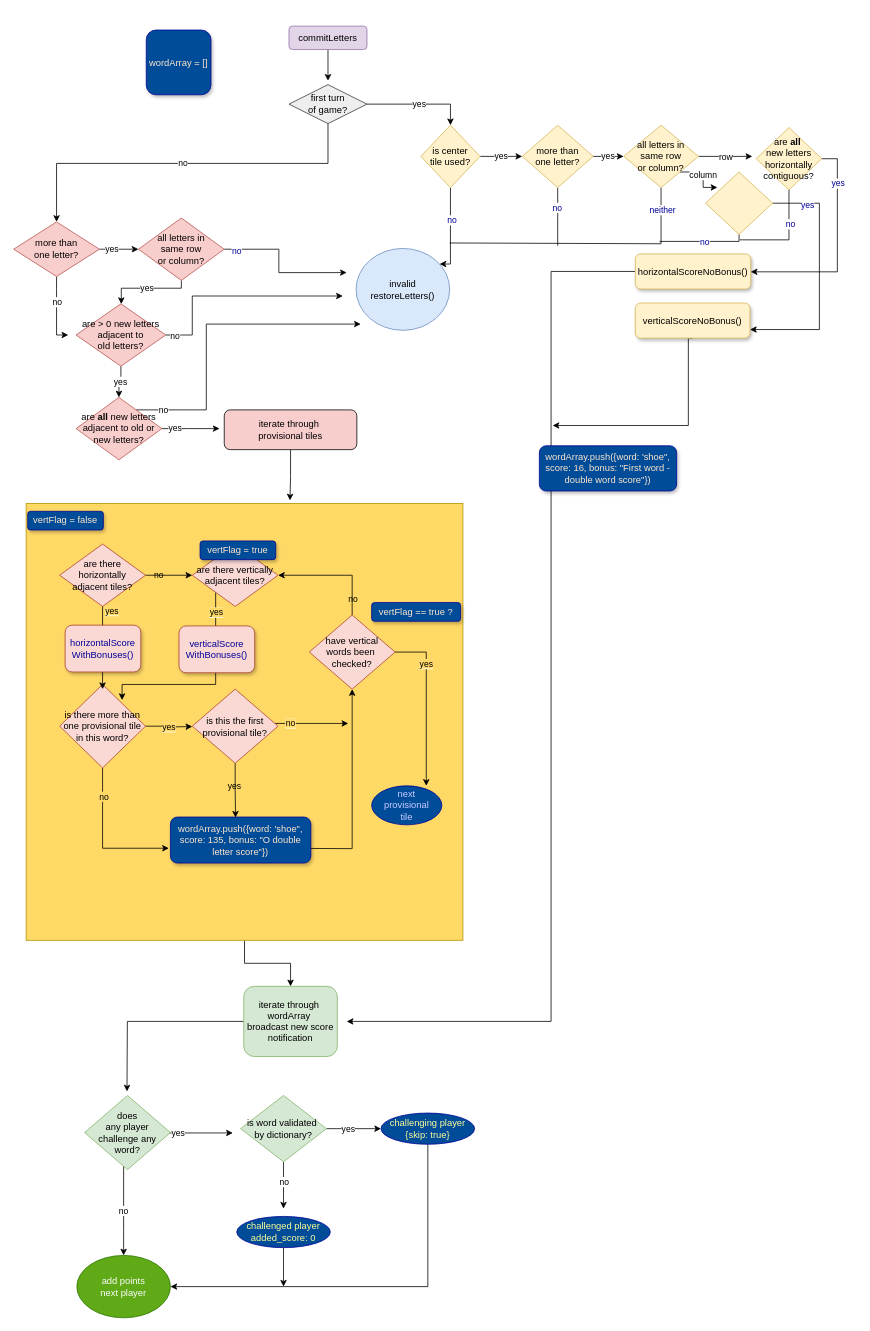
This is scrooble_scoring.drawio from davebenjoya/scrooble, a draw.io file, before an edit. Source tidied: cells renumbered, new cells numbered last; positions are measured from the earlier drawing's top-left corner, leaving out a move shared by most shapes. Both pictures are drawn from the tidied source at 78%, with x=0, y=0 at pixel (13, 26).
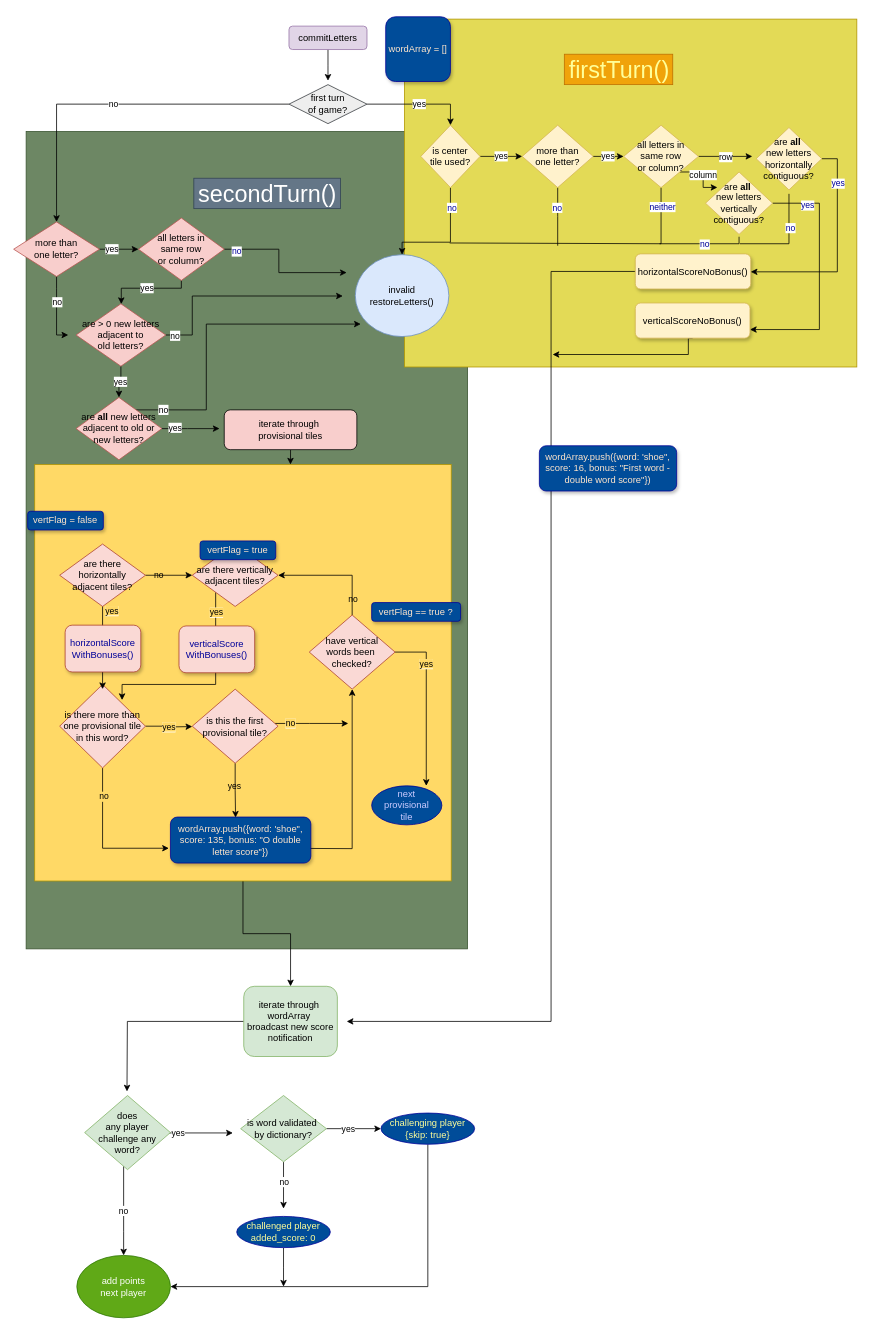
The same page after the edit.

Unchanged cells that the change refers to:
```xml
<mxCell id="7" value="more than &lt;br&gt;one letter?" style="rhombus;whiteSpace=wrap;html=1;fillColor=#f8cecc;strokeColor=#b85450;" parent="1" vertex="1">
  <mxGeometry y="251" width="110" height="70" as="geometry" />
</mxCell>
<mxCell id="20" value="first turn&lt;br&gt;of game?" style="rhombus;whiteSpace=wrap;html=1;fillColor=#eeeeee;strokeColor=#36393d;" parent="1" vertex="1">
  <mxGeometry x="353" y="75" width="100" height="50" as="geometry" />
</mxCell>
<mxCell id="24" value="is center &lt;br&gt;tile used?" style="rhombus;whiteSpace=wrap;html=1;fillColor=#fff2cc;strokeColor=#d6b656;" parent="1" vertex="1">
  <mxGeometry x="522" y="127" width="76" height="80" as="geometry" />
</mxCell>
<mxCell id="31" style="edgeStyle=orthogonalEdgeStyle;rounded=0;jettySize=auto;html=1;endArrow=none;endFill=0;fillColor=#00FFFF;gradientColor=#9933FF;fontColor=#000099;" parent="1" edge="1" source="33">
  <mxGeometry relative="1" as="geometry">
    <mxPoint x="559" y="278" as="targetPoint" />
    <Array as="points">
      <mxPoint x="830" y="279" />
    </Array>
  </mxGeometry>
</mxCell>
<mxCell id="44" value="iterate through&amp;nbsp;&lt;br&gt;provisional tiles" style="rounded=1;whiteSpace=wrap;html=1;fillColor=#f8cecc;" parent="1" vertex="1">
  <mxGeometry x="270" y="492" width="170" height="51" as="geometry" />
</mxCell>
<mxCell id="88" value="&lt;font&gt;verticalScoreNoBonus()&lt;/font&gt;" style="rounded=1;whiteSpace=wrap;html=1;shadow=1;glass=0;sketch=0;strokeColor=#d6b656;fillColor=#fff2cc;" parent="1" vertex="1">
  <mxGeometry x="797" y="355" width="147" height="45" as="geometry" />
</mxCell>
<mxCell id="93" value="are&amp;nbsp;&lt;b&gt;all&lt;/b&gt;&amp;nbsp;&lt;br&gt;new letters&lt;br&gt;horizontally&lt;br&gt;contiguous?" style="rhombus;whiteSpace=wrap;html=1;fillColor=#fff2cc;strokeColor=#d6b656;" parent="1" vertex="1">
  <mxGeometry x="952" y="130" width="84" height="80" as="geometry" />
</mxCell>
```

The edit, as a diff of the source:
```diff
@@
+    <mxCell id="104" style="rounded=0;whiteSpace=wrap;html=1;strokeColor=#3A5431;fontColor=#ffffff;fillColor=#6d8764;" parent="1" vertex="1">
+      <mxGeometry x="16" y="135" width="566" height="1048" as="geometry" />
+    </mxCell>
+    <mxCell id="105" value="secondTurn()" style="text;html=1;align=center;verticalAlign=middle;fillColor=#647687;strokeColor=#314354;rounded=0;fontColor=#ffffff;fontSize=30;" parent="1" vertex="1">
+      <mxGeometry x="231" y="195" width="188" height="39" as="geometry" />
+    </mxCell>
+    <mxCell id="106" style="rounded=0;whiteSpace=wrap;html=1;strokeColor=#B09500;fontColor=#ffffff;fillColor=#E3DA56;" parent="1" vertex="1">
+      <mxGeometry x="501" y="-9" width="580" height="446" as="geometry" />
+    </mxCell>
@@
     <mxCell id="3" style="whiteSpace=wrap;html=1;strokeColor=#B09500;fontColor=#ffffff;fillColor=#FFD966;glass=0;" parent="1" vertex="1">
-      <mxGeometry x="16" y="612" width="560" height="560" as="geometry" />
+      <mxGeometry x="27" y="562" width="534" height="534" as="geometry" />
     </mxCell>
@@
     <mxCell id="17" value="invalid&lt;br&gt;restoreLetters()" style="ellipse;whiteSpace=wrap;html=1;fillColor=#dae8fc;strokeColor=#6c8ebf;" parent="1" vertex="1">
-      <mxGeometry x="439" y="285" width="120" height="105" as="geometry" />
+      <mxGeometry x="438" y="293" width="120" height="105" as="geometry" />
     </mxCell>
     <mxCell id="18" value="no" style="edgeStyle=orthogonalEdgeStyle;rounded=0;jettySize=auto;html=1;" parent="1" edge="1" source="20" target="7">
       <mxGeometry relative="1" as="geometry">
         <Array as="points">
-          <mxPoint x="403" y="176" />
-          <mxPoint x="55" y="176" />
+          <mxPoint x="55" y="100" />
         </Array>
       </mxGeometry>
     </mxCell>
@@
     <mxCell id="22" style="edgeStyle=orthogonalEdgeStyle;rounded=0;jettySize=auto;html=1;endArrow=classic;endFill=1;fillColor=#00FFFF;gradientColor=#9933FF;fontColor=#000099;" parent="1" edge="1" source="24" target="17">
       <mxGeometry relative="1" as="geometry">
         <Array as="points">
-          <mxPoint x="560" y="305" />
+          <mxPoint x="560" y="277" />
+          <mxPoint x="498" y="277" />
         </Array>
       </mxGeometry>
     </mxCell>
     <mxCell id="23" value="no" style="edgeLabel;html=1;align=center;verticalAlign=middle;fontColor=#000099;" parent="22" vertex="1">
-      <mxGeometry x="-0.26" y="1" relative="1" as="geometry" />
+      <mxGeometry x="-0.26" y="1" relative="1" as="geometry">
+        <mxPoint y="-30" as="offset" />
+      </mxGeometry>
     </mxCell>
@@
     <mxCell id="32" value="neither" style="edgeLabel;html=1;align=center;verticalAlign=middle;fontColor=#000099;" parent="31" vertex="1">
       <mxGeometry x="-0.92" y="1" relative="1" as="geometry">
-        <mxPoint y="14" as="offset" />
+        <mxPoint y="10" as="offset" />
       </mxGeometry>
     </mxCell>
@@
-    <mxCell id="38" style="edgeStyle=orthogonalEdgeStyle;rounded=0;jettySize=auto;html=1;exitX=0.5;exitY=1;exitDx=0;exitDy=0;endArrow=none;endFill=0;fillColor=#00FFFF;gradientColor=#9933FF;fontColor=#000099;" parent="1" edge="1" source="42">
+    <mxCell id="38" style="edgeStyle=orthogonalEdgeStyle;rounded=0;orthogonalLoop=1;jettySize=auto;html=1;exitX=0.5;exitY=1;exitDx=0;exitDy=0;endArrow=none;endFill=0;fillColor=#00FFFF;gradientColor=#9933FF;fontColor=#000099;" parent="1" edge="1">
       <mxGeometry relative="1" as="geometry">
-        <mxPoint x="828" y="276" as="targetPoint" />
+        <mxPoint x="930" y="270" as="sourcePoint" />
+        <mxPoint x="828" y="279" as="targetPoint" />
         <Array as="points">
-          <mxPoint x="930" y="276" />
+          <mxPoint x="930" y="279" />
         </Array>
       </mxGeometry>
     </mxCell>
@@
-    <mxCell id="42" value="&amp;nbsp;" style="rhombus;whiteSpace=wrap;html=1;fillColor=#fff2cc;strokeColor=#d6b656;" parent="1" vertex="1">
+    <mxCell id="42" value="are&amp;nbsp;&lt;b&gt;all&lt;/b&gt;&amp;nbsp;&lt;br&gt;new letters&lt;br&gt;vertically&lt;br&gt;contiguous?" style="rhombus;whiteSpace=wrap;html=1;fillColor=#fff2cc;strokeColor=#d6b656;" parent="1" vertex="1">
       <mxGeometry x="887" y="187" width="86" height="80" as="geometry" />
     </mxCell>
-    <mxCell id="43" style="edgeStyle=orthogonalEdgeStyle;rounded=0;jettySize=auto;html=1;entryX=0.604;entryY=-0.007;entryDx=0;entryDy=0;entryPerimeter=0;endArrow=classic;endFill=1;fillColor=#00FFFF;gradientColor=#9933FF;fontColor=#000099;" parent="1" edge="1" source="44" target="3">
+    <mxCell id="43" style="edgeStyle=orthogonalEdgeStyle;rounded=0;jettySize=auto;html=1;exitX=0.5;exitY=1;exitDx=0;exitDy=0;entryX=0.614;entryY=0;entryDx=0;entryDy=0;entryPerimeter=0;fontSize=30;fontColor=#FFFF99;" parent="1" edge="1" source="44" target="3">
       <mxGeometry relative="1" as="geometry" />
     </mxCell>
@@
     <mxCell id="87" style="edgeStyle=orthogonalEdgeStyle;rounded=0;jettySize=auto;html=1;exitX=0.5;exitY=1;exitDx=0;exitDy=0;endArrow=classic;endFill=1;fillColor=#00FFFF;gradientColor=#9933FF;fontColor=#000099;" parent="1" edge="1" source="88">
       <mxGeometry relative="1" as="geometry">
-        <mxPoint x="691" y="512" as="targetPoint" />
+        <mxPoint x="691" y="421" as="targetPoint" />
         <Array as="points">
           <mxPoint x="865" y="400" />
-          <mxPoint x="865" y="512" />
+          <mxPoint x="865" y="421" />
+          <mxPoint x="691" y="421" />
         </Array>
       </mxGeometry>
     </mxCell>
@@
-    <mxCell id="89" style="edgeStyle=orthogonalEdgeStyle;rounded=0;jettySize=auto;html=1;endArrow=none;endFill=0;fillColor=#00FFFF;gradientColor=#9933FF;fontColor=#000099;" parent="1" edge="1" source="93">
+    <mxCell id="89" style="edgeStyle=orthogonalEdgeStyle;rounded=0;orthogonalLoop=1;jettySize=auto;html=1;endArrow=none;endFill=0;fillColor=#00FFFF;gradientColor=#9933FF;fontColor=#000099;" parent="1" edge="1">
       <mxGeometry relative="1" as="geometry">
-        <mxPoint x="931" y="274" as="targetPoint" />
+        <mxPoint x="994" y="215" as="sourcePoint" />
+        <mxPoint x="931" y="279" as="targetPoint" />
         <Array as="points">
-          <mxPoint x="994" y="274" />
+          <mxPoint x="994" y="279" />
         </Array>
       </mxGeometry>
     </mxCell>
@@
     <mxCell id="94" value="&lt;font color=&quot;#ffe6cc&quot;&gt;wordArray = []&lt;/font&gt;" style="whiteSpace=wrap;html=1;rounded=1;shadow=1;glass=0;sketch=0;strokeColor=#000099;fillColor=#004C99;" parent="1" vertex="1">
-      <mxGeometry x="170" y="5" width="83" height="83" as="geometry" />
+      <mxGeometry x="477" y="-12" width="83" height="83" as="geometry" />
     </mxCell>
@@
+    <mxCell id="107" value="firstTurn()" style="text;html=1;align=center;verticalAlign=middle;fillColor=#f0a30a;strokeColor=#BD7000;rounded=0;fontColor=#FFFF99;fontSize=30;" parent="1" vertex="1">
+      <mxGeometry x="706" y="36" width="139" height="39" as="geometry" />
+    </mxCell>
+    <mxCell id="108" style="edgeStyle=orthogonalEdgeStyle;rounded=0;orthogonalLoop=1;jettySize=auto;html=1;exitX=0.5;exitY=1;exitDx=0;exitDy=0;fontSize=30;fontColor=#FFFF99;" parent="1" edge="1" source="104" target="104">
+      <mxGeometry relative="1" as="geometry" />
+    </mxCell>
```
